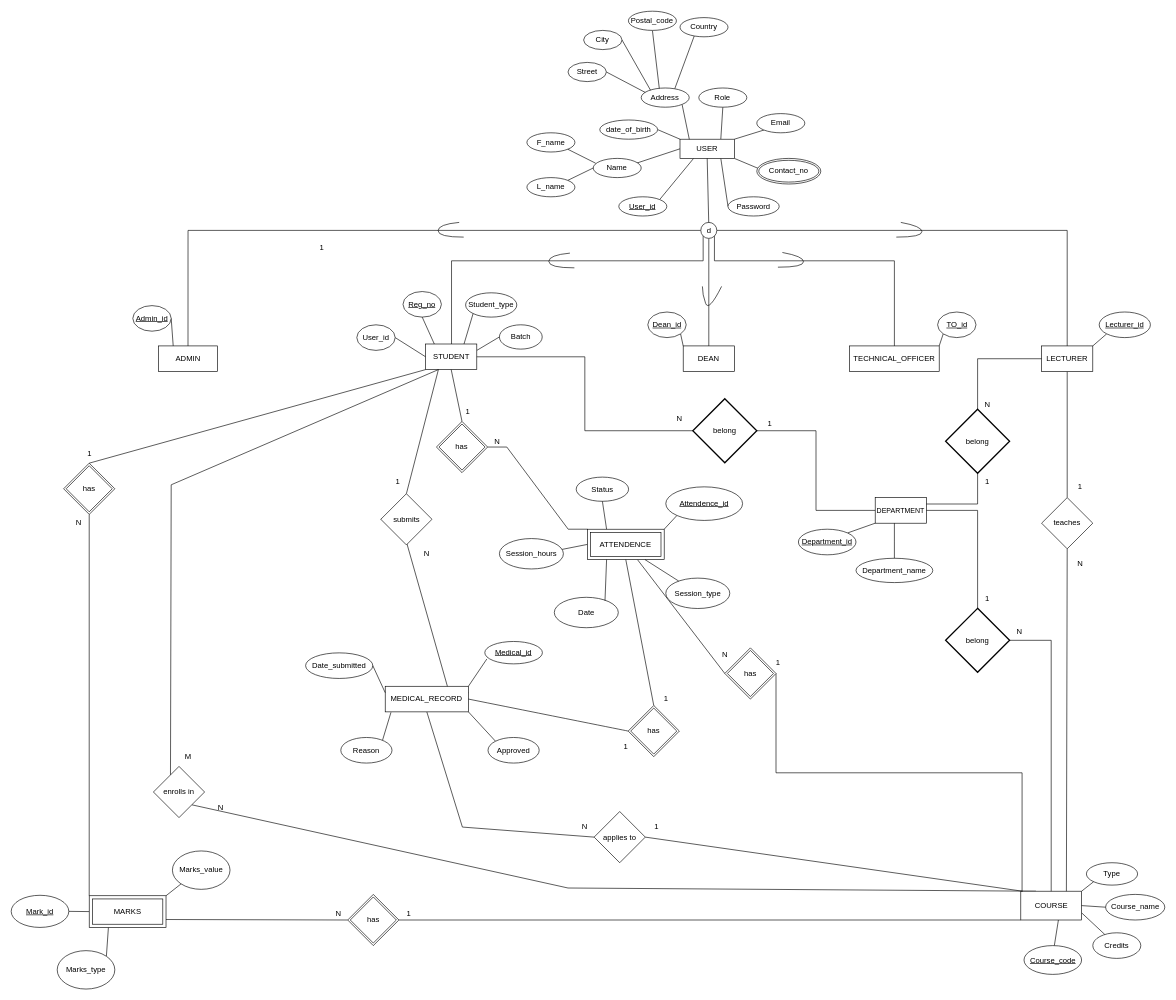
The draw.io diagram page "Page-3" (2 of 2) of Updated EER and Mapping/EER and Mapping.drawio in dilusharadeeshan/Student-Management-System, before the edit. Source tidied: cells renumbered, new cells numbered last; positions are measured from the earlier drawing's top-left corner, leaving out a move shared by most shapes. Both pictures are drawn from the tidied source at 64%, with x=0, y=0 at pixel (11, 11).
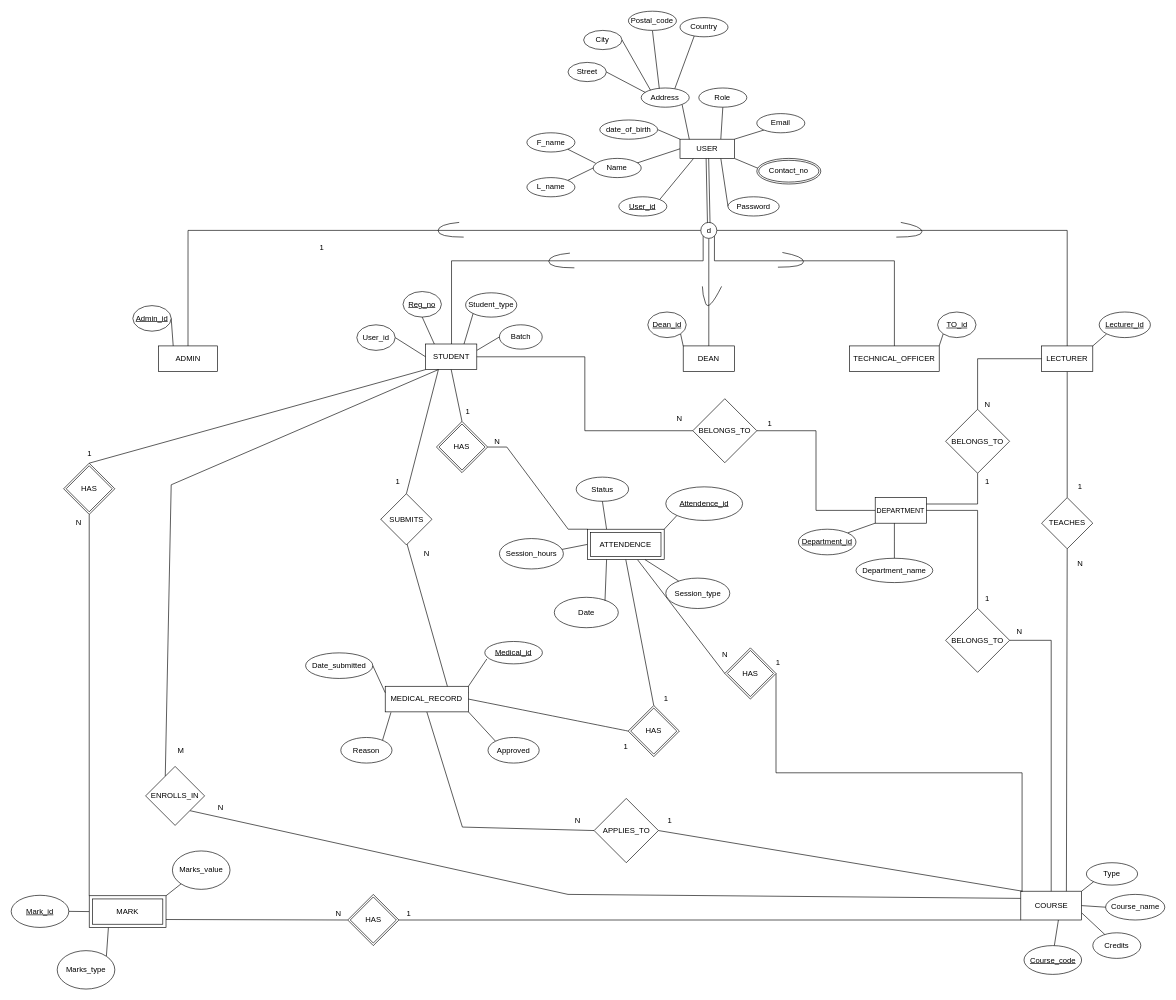
After the change.

Unchanged cells that the change refers to:
```xml
<mxCell id="7" value="USER" style="rounded=0;whiteSpace=wrap;html=1;strokeColor=default;strokeWidth=1;" parent="1" vertex="1">
  <mxGeometry x="1045" y="200" width="85" height="30" as="geometry" />
</mxCell>
<mxCell id="35" value="COURSE" style="rounded=0;whiteSpace=wrap;html=1;strokeColor=default;strokeWidth=1;" parent="1" vertex="1">
  <mxGeometry x="1577.5" y="1375" width="95" height="45" as="geometry" />
</mxCell>
```

Diff of the diagram source:
```diff
@@
-    <mxCell id="17" style="rounded=0;jettySize=auto;html=1;exitX=1;exitY=1;exitDx=0;exitDy=0;entryX=0.25;entryY=0;entryDx=0;entryDy=0;endArrow=none;startFill=0;strokeColor=default;strokeWidth=1;" parent="1" edge="1" source="70" target="35">
+    <mxCell id="17" style="rounded=0;jettySize=auto;html=1;exitX=1;exitY=1;exitDx=0;exitDy=0;entryX=0;entryY=0.25;entryDx=0;entryDy=0;endArrow=none;startFill=0;strokeColor=default;strokeWidth=1;" parent="1" edge="1" source="70" target="35">
       <mxGeometry relative="1" as="geometry">
         <Array as="points">
-          <mxPoint x="870" y="1370" />
+          <mxPoint x="870" y="1380" />
         </Array>
       </mxGeometry>
     </mxCell>
@@
-    <mxCell id="45" value="MARKS" style="shape=ext;margin=3;double=1;whiteSpace=wrap;html=1;align=center;" parent="1" vertex="1">
+    <mxCell id="45" value="MARK" style="shape=ext;margin=3;double=1;whiteSpace=wrap;html=1;align=center;" parent="1" vertex="1">
       <mxGeometry x="121.9" y="1382.1" width="120" height="49.5" as="geometry" />
     </mxCell>
@@
-    <mxCell id="54" style="endArrow=none;html=1;rounded=0;entryX=0.5;entryY=1;entryDx=0;entryDy=0;strokeColor=default;strokeWidth=1;" parent="1" edge="1" target="7">
+    <mxCell id="54" style="shape=link;html=1;rounded=0;" parent="1" edge="1" target="7">
       <mxGeometry relative="1" as="geometry">
         <mxPoint x="1090" y="335" as="sourcePoint" />
       </mxGeometry>
     </mxCell>
@@
-    <mxCell id="68" value="has" style="shape=rhombus;double=1;perimeter=rhombusPerimeter;whiteSpace=wrap;html=1;align=center;" parent="1" vertex="1">
+    <mxCell id="68" value="HAS" style="shape=rhombus;double=1;perimeter=rhombusPerimeter;whiteSpace=wrap;html=1;align=center;" parent="1" vertex="1">
       <mxGeometry x="525.8" y="1380" width="80" height="80" as="geometry" />
     </mxCell>
@@
-    <mxCell id="70" value="enrolls in" style="rhombus;whiteSpace=wrap;html=1;strokeColor=default;strokeWidth=1;" parent="1" vertex="1">
-      <mxGeometry x="222.2" y="1180" width="80" height="80" as="geometry" />
+    <mxCell id="70" value="ENROLLS_IN" style="rhombus;whiteSpace=wrap;html=1;strokeColor=default;strokeWidth=1;" parent="1" vertex="1">
+      <mxGeometry x="210" y="1180" width="92.2" height="92.2" as="geometry" />
     </mxCell>
@@
-    <mxCell id="73" value="has" style="shape=rhombus;double=1;perimeter=rhombusPerimeter;whiteSpace=wrap;html=1;align=center;" parent="1" vertex="1">
+    <mxCell id="73" value="HAS" style="shape=rhombus;double=1;perimeter=rhombusPerimeter;whiteSpace=wrap;html=1;align=center;" parent="1" vertex="1">
       <mxGeometry x="81.9" y="706.2" width="80" height="80" as="geometry" />
     </mxCell>
@@
-    <mxCell id="75" value="applies to" style="rhombus;whiteSpace=wrap;html=1;strokeColor=default;strokeWidth=1;" parent="1" vertex="1">
-      <mxGeometry x="910.8" y="1250.5" width="80" height="80" as="geometry" />
+    <mxCell id="75" value="APPLIES_TO" style="rhombus;whiteSpace=wrap;html=1;strokeColor=default;strokeWidth=1;" parent="1" vertex="1">
+      <mxGeometry x="910.8" y="1230" width="100.5" height="100.5" as="geometry" />
     </mxCell>
@@
-    <mxCell id="77" value="teaches" style="rhombus;whiteSpace=wrap;html=1;strokeColor=default;strokeWidth=1;" parent="1" vertex="1">
+    <mxCell id="77" value="TEACHES" style="rhombus;whiteSpace=wrap;html=1;strokeColor=default;strokeWidth=1;" parent="1" vertex="1">
       <mxGeometry x="1610" y="760" width="80" height="80" as="geometry" />
     </mxCell>
@@
-    <mxCell id="81" value="has" style="shape=rhombus;double=1;perimeter=rhombusPerimeter;whiteSpace=wrap;html=1;align=center;" parent="1" vertex="1">
+    <mxCell id="81" value="HAS" style="shape=rhombus;double=1;perimeter=rhombusPerimeter;whiteSpace=wrap;html=1;align=center;" parent="1" vertex="1">
       <mxGeometry x="664.4" y="641" width="80" height="80" as="geometry" />
     </mxCell>
@@
-    <mxCell id="83" value="submits" style="rhombus;whiteSpace=wrap;html=1;strokeColor=default;strokeWidth=1;" parent="1" vertex="1">
+    <mxCell id="83" value="SUBMITS" style="rhombus;whiteSpace=wrap;html=1;strokeColor=default;strokeWidth=1;" parent="1" vertex="1">
       <mxGeometry x="577.5" y="753.9" width="80" height="80" as="geometry" />
     </mxCell>
@@
-    <mxCell id="85" value="has" style="shape=rhombus;double=1;perimeter=rhombusPerimeter;whiteSpace=wrap;html=1;align=center;" parent="1" vertex="1">
+    <mxCell id="85" value="HAS" style="shape=rhombus;double=1;perimeter=rhombusPerimeter;whiteSpace=wrap;html=1;align=center;" parent="1" vertex="1">
       <mxGeometry x="1115" y="994.8" width="80" height="80" as="geometry" />
     </mxCell>
@@
     <mxCell id="114" value="M" style="text;html=1;align=center;verticalAlign=middle;strokeColor=none;fillColor=none;" parent="1" vertex="1">
-      <mxGeometry x="261.3" y="1150" width="30" height="30" as="geometry" />
+      <mxGeometry x="250" y="1139.8" width="30" height="30" as="geometry" />
     </mxCell>
@@
     <mxCell id="126" value="1" style="text;html=1;align=center;verticalAlign=middle;strokeColor=none;fillColor=none;" parent="1" vertex="1">
-      <mxGeometry x="992.7" y="1260" width="30" height="30" as="geometry" />
+      <mxGeometry x="1014" y="1250" width="30" height="30" as="geometry" />
     </mxCell>
     <mxCell id="127" value="N" style="text;html=1;align=center;verticalAlign=middle;strokeColor=none;fillColor=none;" parent="1" vertex="1">
-      <mxGeometry x="880.8" y="1260" width="30" height="30" as="geometry" />
+      <mxGeometry x="870" y="1250" width="30" height="30" as="geometry" />
     </mxCell>
@@
-    <mxCell id="137" value="has" style="shape=rhombus;double=1;perimeter=rhombusPerimeter;whiteSpace=wrap;html=1;align=center;" parent="1" vertex="1">
+    <mxCell id="137" value="HAS" style="shape=rhombus;double=1;perimeter=rhombusPerimeter;whiteSpace=wrap;html=1;align=center;" parent="1" vertex="1">
       <mxGeometry x="964" y="1084.8" width="80" height="80" as="geometry" />
     </mxCell>
@@
-    <mxCell id="147" value="belong" style="strokeWidth=2;html=1;shape=mxgraph.flowchart.decision;whiteSpace=wrap;" parent="1" vertex="1">
+    <mxCell id="147" value="BELONGS_TO" style="rhombus;whiteSpace=wrap;html=1;strokeColor=default;strokeWidth=1;" parent="1" vertex="1">
       <mxGeometry x="1460" y="933" width="100" height="100" as="geometry" />
     </mxCell>
@@
-    <mxCell id="150" value="belong" style="strokeWidth=2;html=1;shape=mxgraph.flowchart.decision;whiteSpace=wrap;" parent="1" vertex="1">
+    <mxCell id="150" value="BELONGS_TO" style="rhombus;whiteSpace=wrap;html=1;strokeColor=default;strokeWidth=1;" parent="1" vertex="1">
       <mxGeometry x="1460" y="622" width="100" height="100" as="geometry" />
     </mxCell>
@@
-    <mxCell id="153" value="belong" style="strokeWidth=2;html=1;shape=mxgraph.flowchart.decision;whiteSpace=wrap;" parent="1" vertex="1">
+    <mxCell id="153" value="BELONGS_TO" style="rhombus;whiteSpace=wrap;html=1;strokeColor=default;strokeWidth=1;" parent="1" vertex="1">
       <mxGeometry x="1065" y="605.5" width="100" height="100" as="geometry" />
     </mxCell>
```
